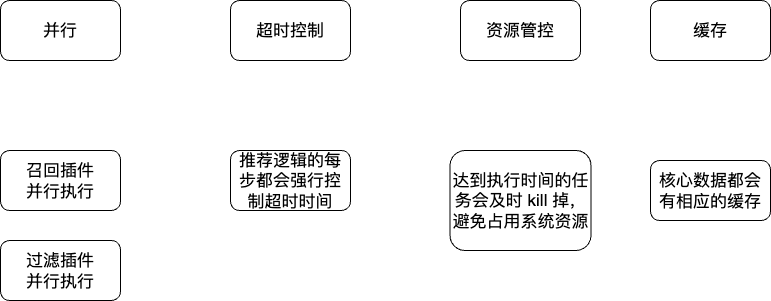
Above: 推荐逻辑之性能控制.png in liujunao/draw-data (draw.io), before the change. Source tidied: cells renumbered, new cells last; positions are measured from the earlier drawing's top-left corner, leaving out a move shared by most shapes. The source it was exported from:
```xml
<mxGraphModel>
  <root>
    <mxCell id="0" />
    <mxCell id="1" parent="0" />
    <mxCell id="2" value="&lt;font size=&quot;3&quot;&gt;并行&lt;/font&gt;" style="rounded=1;whiteSpace=wrap;html=1;" parent="1" vertex="1">
      <mxGeometry width="120" height="60" as="geometry" />
    </mxCell>
    <mxCell id="3" value="&lt;font size=&quot;3&quot;&gt;超时控制&lt;/font&gt;" style="rounded=1;whiteSpace=wrap;html=1;" parent="1" vertex="1">
      <mxGeometry x="230" width="120" height="60" as="geometry" />
    </mxCell>
    <mxCell id="4" value="&lt;font size=&quot;3&quot;&gt;资源管控&lt;/font&gt;" style="rounded=1;whiteSpace=wrap;html=1;" parent="1" vertex="1">
      <mxGeometry x="460" width="120" height="60" as="geometry" />
    </mxCell>
    <mxCell id="5" value="&lt;font size=&quot;3&quot;&gt;召回插件&lt;br&gt;并行执行&lt;/font&gt;" style="rounded=1;whiteSpace=wrap;html=1;" parent="1" vertex="1">
      <mxGeometry y="150" width="120" height="60" as="geometry" />
    </mxCell>
    <mxCell id="6" value="&lt;font size=&quot;3&quot;&gt;过滤插件&lt;br&gt;并行执行&lt;/font&gt;" style="rounded=1;whiteSpace=wrap;html=1;" parent="1" vertex="1">
      <mxGeometry y="240" width="120" height="60" as="geometry" />
    </mxCell>
    <mxCell id="7" value="&lt;font size=&quot;3&quot;&gt;推荐逻辑的每步都会强行控制超时时间&lt;/font&gt;" style="rounded=1;whiteSpace=wrap;html=1;" parent="1" vertex="1">
      <mxGeometry x="230" y="150" width="120" height="60" as="geometry" />
    </mxCell>
    <mxCell id="8" value="&lt;font size=&quot;3&quot;&gt;缓存&lt;/font&gt;" style="rounded=1;whiteSpace=wrap;html=1;" parent="1" vertex="1">
      <mxGeometry x="650" width="120" height="60" as="geometry" />
    </mxCell>
    <mxCell id="9" value="&lt;font size=&quot;3&quot;&gt;达到执行时间的任务会及时 kill 掉，避免占用系统资源&lt;/font&gt;" style="rounded=1;whiteSpace=wrap;html=1;" parent="1" vertex="1">
      <mxGeometry x="449.5" y="150" width="141" height="100" as="geometry" />
    </mxCell>
    <mxCell id="10" value="&lt;font size=&quot;3&quot;&gt;核心数据都会有相应的缓存&lt;/font&gt;" style="rounded=1;whiteSpace=wrap;html=1;" parent="1" vertex="1">
      <mxGeometry x="650" y="160" width="120" height="60" as="geometry" />
    </mxCell>
  </root>
</mxGraphModel>
```
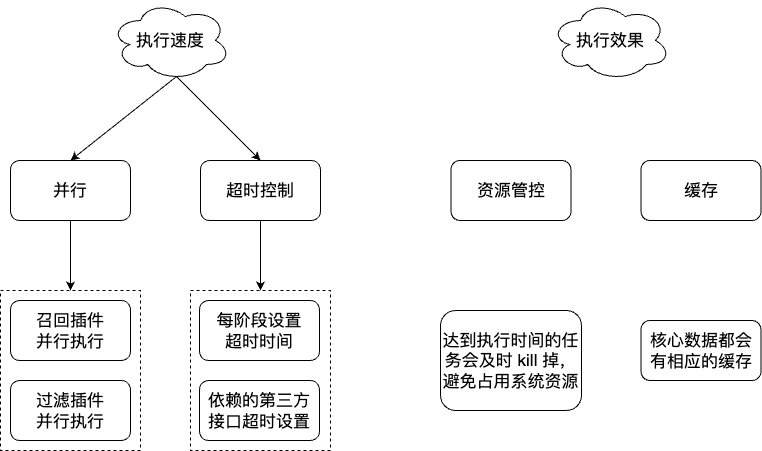
After the commit.

Commit message:
更新推荐逻辑之性能控制.png

What changed in the source:
```diff
@@ -2,32 +2,59 @@
   <root>
     <mxCell id="0" />
     <mxCell id="1" parent="0" />
+    <mxCell id="11" style="rounded=0;whiteSpace=wrap;html=1;dashed=1;" parent="1" vertex="1">
+      <mxGeometry x="211" y="250" width="140" height="160" as="geometry" />
+    </mxCell>
+    <mxCell id="12" style="rounded=0;whiteSpace=wrap;html=1;dashed=1;" parent="1" vertex="1">
+      <mxGeometry x="21" y="250" width="140" height="160" as="geometry" />
+    </mxCell>
+    <mxCell id="13" style="edgeStyle=orthogonalEdgeStyle;rounded=0;jettySize=auto;html=1;exitX=0.5;exitY=1;exitDx=0;exitDy=0;entryX=0.5;entryY=0;entryDx=0;entryDy=0;" parent="1" edge="1" source="2" target="12">
+      <mxGeometry relative="1" as="geometry" />
+    </mxCell>
     <mxCell id="2" value="&lt;font size=&quot;3&quot;&gt;并行&lt;/font&gt;" style="rounded=1;whiteSpace=wrap;html=1;" parent="1" vertex="1">
-      <mxGeometry width="120" height="60" as="geometry" />
+      <mxGeometry x="31" y="120" width="120" height="60" as="geometry" />
     </mxCell>
+    <mxCell id="14" style="edgeStyle=orthogonalEdgeStyle;rounded=0;jettySize=auto;html=1;exitX=0.5;exitY=1;exitDx=0;exitDy=0;entryX=0.5;entryY=0;entryDx=0;entryDy=0;" parent="1" edge="1" source="3" target="11">
+      <mxGeometry relative="1" as="geometry" />
+    </mxCell>
     <mxCell id="3" value="&lt;font size=&quot;3&quot;&gt;超时控制&lt;/font&gt;" style="rounded=1;whiteSpace=wrap;html=1;" parent="1" vertex="1">
-      <mxGeometry x="230" width="120" height="60" as="geometry" />
+      <mxGeometry x="221" y="120" width="120" height="60" as="geometry" />
     </mxCell>
     <mxCell id="4" value="&lt;font size=&quot;3&quot;&gt;资源管控&lt;/font&gt;" style="rounded=1;whiteSpace=wrap;html=1;" parent="1" vertex="1">
-      <mxGeometry x="460" width="120" height="60" as="geometry" />
+      <mxGeometry x="471.5" y="120" width="120" height="60" as="geometry" />
     </mxCell>
     <mxCell id="5" value="&lt;font size=&quot;3&quot;&gt;召回插件&lt;br&gt;并行执行&lt;/font&gt;" style="rounded=1;whiteSpace=wrap;html=1;" parent="1" vertex="1">
-      <mxGeometry y="150" width="120" height="60" as="geometry" />
+      <mxGeometry x="31" y="260" width="120" height="60" as="geometry" />
     </mxCell>
     <mxCell id="6" value="&lt;font size=&quot;3&quot;&gt;过滤插件&lt;br&gt;并行执行&lt;/font&gt;" style="rounded=1;whiteSpace=wrap;html=1;" parent="1" vertex="1">
-      <mxGeometry y="240" width="120" height="60" as="geometry" />
+      <mxGeometry x="31" y="340" width="120" height="60" as="geometry" />
     </mxCell>
-    <mxCell id="7" value="&lt;font size=&quot;3&quot;&gt;推荐逻辑的每步都会强行控制超时时间&lt;/font&gt;" style="rounded=1;whiteSpace=wrap;html=1;" parent="1" vertex="1">
-      <mxGeometry x="230" y="150" width="120" height="60" as="geometry" />
+    <mxCell id="7" value="&lt;font size=&quot;3&quot;&gt;每阶段设置&lt;br&gt;超时时间&lt;/font&gt;" style="rounded=1;whiteSpace=wrap;html=1;" parent="1" vertex="1">
+      <mxGeometry x="220" y="260" width="120" height="60" as="geometry" />
     </mxCell>
     <mxCell id="8" value="&lt;font size=&quot;3&quot;&gt;缓存&lt;/font&gt;" style="rounded=1;whiteSpace=wrap;html=1;" parent="1" vertex="1">
-      <mxGeometry x="650" width="120" height="60" as="geometry" />
+      <mxGeometry x="661.5" y="120" width="120" height="60" as="geometry" />
     </mxCell>
     <mxCell id="9" value="&lt;font size=&quot;3&quot;&gt;达到执行时间的任务会及时 kill 掉，避免占用系统资源&lt;/font&gt;" style="rounded=1;whiteSpace=wrap;html=1;" parent="1" vertex="1">
-      <mxGeometry x="449.5" y="150" width="141" height="100" as="geometry" />
+      <mxGeometry x="461" y="270" width="141" height="100" as="geometry" />
     </mxCell>
     <mxCell id="10" value="&lt;font size=&quot;3&quot;&gt;核心数据都会有相应的缓存&lt;/font&gt;" style="rounded=1;whiteSpace=wrap;html=1;" parent="1" vertex="1">
-      <mxGeometry x="650" y="160" width="120" height="60" as="geometry" />
+      <mxGeometry x="661.5" y="280" width="120" height="60" as="geometry" />
     </mxCell>
+    <mxCell id="15" style="rounded=0;jettySize=auto;html=1;exitX=0.55;exitY=0.95;exitDx=0;exitDy=0;exitPerimeter=0;entryX=0.5;entryY=0;entryDx=0;entryDy=0;" parent="1" edge="1" source="17" target="2">
+      <mxGeometry relative="1" as="geometry" />
+    </mxCell>
+    <mxCell id="16" style="rounded=0;jettySize=auto;html=1;exitX=0.55;exitY=0.95;exitDx=0;exitDy=0;exitPerimeter=0;entryX=0.5;entryY=0;entryDx=0;entryDy=0;" parent="1" edge="1" source="17" target="3">
+      <mxGeometry relative="1" as="geometry" />
+    </mxCell>
+    <mxCell id="17" value="&lt;font size=&quot;3&quot;&gt;执行速度&lt;/font&gt;" style="ellipse;shape=cloud;whiteSpace=wrap;html=1;" parent="1" vertex="1">
+      <mxGeometry x="131" y="-40" width="120" height="80" as="geometry" />
+    </mxCell>
+    <mxCell id="18" value="&lt;font size=&quot;3&quot;&gt;依赖的第三方接口超时设置&lt;/font&gt;" style="rounded=1;whiteSpace=wrap;html=1;" parent="1" vertex="1">
+      <mxGeometry x="220" y="340" width="120" height="60" as="geometry" />
+    </mxCell>
+    <mxCell id="19" value="&lt;font size=&quot;3&quot;&gt;执行效果&lt;/font&gt;" style="ellipse;shape=cloud;whiteSpace=wrap;html=1;" parent="1" vertex="1">
+      <mxGeometry x="571" y="-40" width="120" height="80" as="geometry" />
+    </mxCell>
   </root>
 </mxGraphModel>
```
